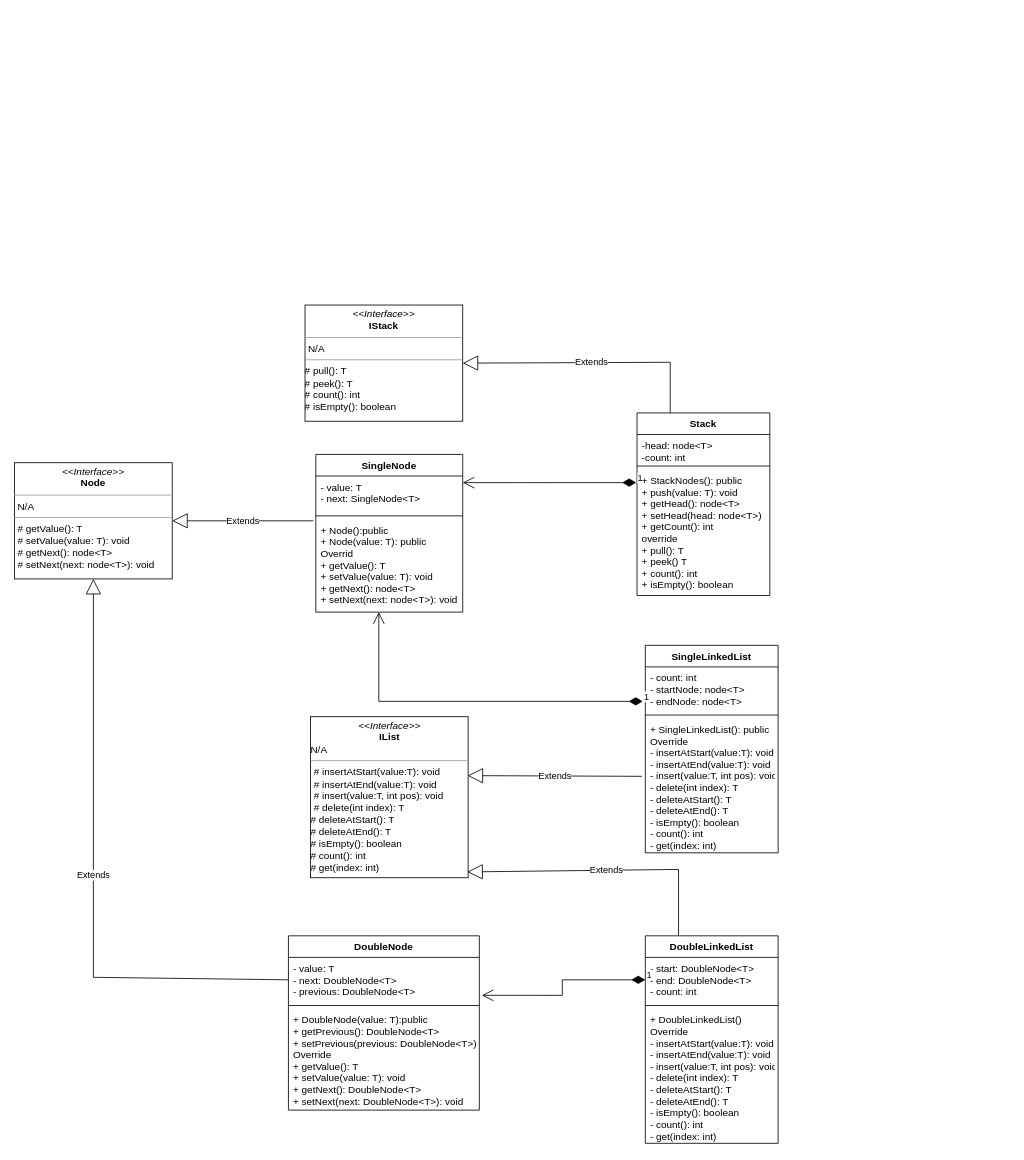
DiggsPapu/HDT4 keeps this draw.io diagram as uml/HDT4ClassesDiagram.drawio. Above is the earlier version. Source tidied: cells renumbered, new cells numbered last; positions are measured from the earlier drawing's top-left corner, leaving out a move shared by most shapes. Both pictures are drawn from the tidied source at 83%, with x=0, y=0 at pixel (14, 305).
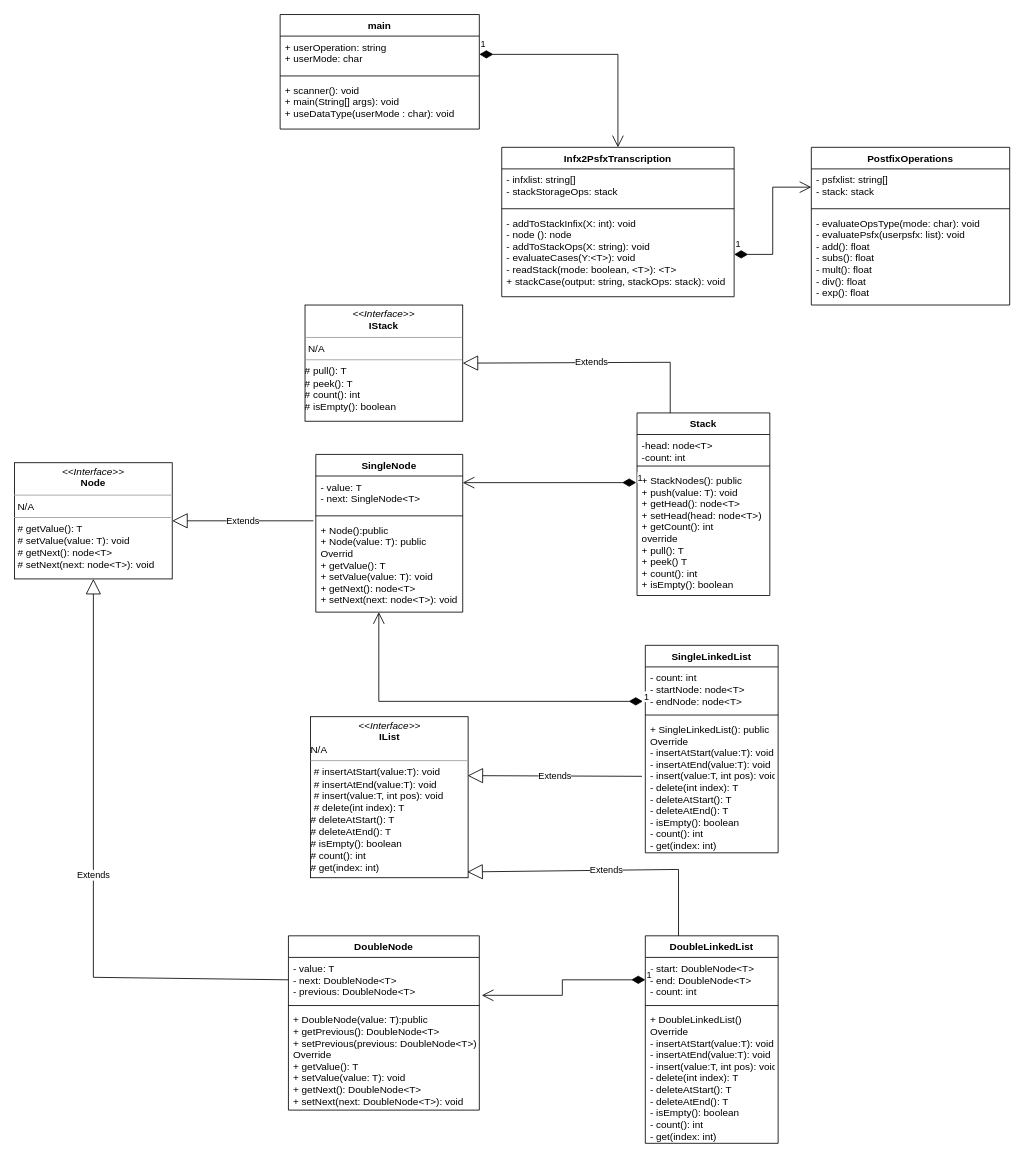
After the change.

Change to the diagram source:
```diff
@@
+    <mxCell id="33" value="Infx2PsfxTranscription" style="swimlane;fontStyle=1;align=center;verticalAlign=top;horizontal=1;startSize=26;" parent="1" vertex="1">
+      <mxGeometry x="587" y="-190" width="280" height="180" as="geometry" />
+    </mxCell>
+    <mxCell id="34" value="- infxlist: string[]&#10;- stackStorageOps: stack" style="text;strokeColor=none;fillColor=none;align=left;verticalAlign=top;spacingLeft=4;spacingRight=4;overflow=hidden;" parent="33" vertex="1">
+      <mxGeometry y="26" width="280" height="44" as="geometry" />
+    </mxCell>
+    <mxCell id="35" style="line;strokeWidth=1;fillColor=none;align=left;verticalAlign=middle;spacingTop=-1;spacingLeft=3;spacingRight=3;labelPosition=right;" parent="33" vertex="1">
+      <mxGeometry y="70" width="280" height="8" as="geometry" />
+    </mxCell>
+    <mxCell id="36" value="- addToStackInfix(X: int): void&#10;- node (): node&#10;- addToStackOps(X: string): void&#10;- evaluateCases(Y:&lt;T&gt;): void&#10;- readStack(mode: boolean, &lt;T&gt;): &lt;T&gt;&#10;+ stackCase(output: string, stackOps: stack): void" style="text;strokeColor=none;fillColor=none;align=left;verticalAlign=top;spacingLeft=4;spacingRight=4;overflow=hidden;points=[[0,0.5],[1,0.5]];portConstraint=eastwest;" parent="33" vertex="1">
+      <mxGeometry y="78" width="280" height="102" as="geometry" />
+    </mxCell>
+    <mxCell id="37" value="PostfixOperations" style="swimlane;fontStyle=1;align=center;verticalAlign=top;horizontal=1;startSize=26;" parent="1" vertex="1">
+      <mxGeometry x="960" y="-190" width="239" height="190" as="geometry" />
+    </mxCell>
+    <mxCell id="38" value="- psfxlist: string[]&#10;- stack: stack" style="text;strokeColor=none;fillColor=none;align=left;verticalAlign=top;spacingLeft=4;spacingRight=4;overflow=hidden;points=[[0,0.5],[1,0.5]];portConstraint=eastwest;" parent="37" vertex="1">
+      <mxGeometry y="26" width="239" height="44" as="geometry" />
+    </mxCell>
+    <mxCell id="39" style="line;strokeWidth=1;fillColor=none;align=left;verticalAlign=middle;spacingTop=-1;spacingLeft=3;spacingRight=3;labelPosition=right;" parent="37" vertex="1">
+      <mxGeometry y="70" width="239" height="8" as="geometry" />
+    </mxCell>
+    <mxCell id="40" value="- evaluateOpsType(mode: char): void&#10;- evaluatePsfx(userpsfx: list): void&#10;- add(): float&#10;- subs(): float&#10;- mult(): float&#10;- div(): float&#10;- exp(): float" style="text;strokeColor=none;fillColor=none;align=left;verticalAlign=top;spacingLeft=4;spacingRight=4;overflow=hidden;" parent="37" vertex="1">
+      <mxGeometry y="78" width="239" height="112" as="geometry" />
+    </mxCell>
+    <mxCell id="41" value="main" style="swimlane;fontStyle=1;align=center;verticalAlign=top;horizontal=1;startSize=26;" parent="1" vertex="1">
+      <mxGeometry x="320" y="-350" width="240" height="138" as="geometry" />
+    </mxCell>
+    <mxCell id="42" value="+ userOperation: string&#10;+ userMode: char" style="text;strokeColor=none;fillColor=none;align=left;verticalAlign=top;spacingLeft=4;spacingRight=4;overflow=hidden;points=[[0,0.5],[1,0.5]];portConstraint=eastwest;" parent="41" vertex="1">
+      <mxGeometry y="26" width="240" height="44" as="geometry" />
+    </mxCell>
+    <mxCell id="43" style="line;strokeWidth=1;fillColor=none;align=left;verticalAlign=middle;spacingTop=-1;spacingLeft=3;spacingRight=3;labelPosition=right;" parent="41" vertex="1">
+      <mxGeometry y="70" width="240" height="8" as="geometry" />
+    </mxCell>
+    <mxCell id="44" value="+ scanner(): void&#10;+ main(String[] args): void&#10;+ useDataType(userMode : char): void" style="text;strokeColor=none;fillColor=none;align=left;verticalAlign=top;spacingLeft=4;spacingRight=4;overflow=hidden;" parent="41" vertex="1">
+      <mxGeometry y="78" width="240" height="60" as="geometry" />
+    </mxCell>
+    <mxCell id="45" value="1" style="endArrow=open;html=1;endSize=12;startArrow=diamondThin;startSize=14;startFill=1;edgeStyle=orthogonalEdgeStyle;align=left;verticalAlign=bottom;rounded=0;exitX=1;exitY=0.5;exitDx=0;exitDy=0;entryX=0.5;entryY=0;entryDx=0;entryDy=0;" parent="1" edge="1" source="42" target="33">
+      <mxGeometry x="-1" y="3" relative="1" as="geometry" />
+    </mxCell>
+    <mxCell id="46" value="1" style="endArrow=open;html=1;endSize=12;startArrow=diamondThin;startSize=14;startFill=1;edgeStyle=orthogonalEdgeStyle;align=left;verticalAlign=bottom;rounded=0;exitX=1;exitY=0.5;exitDx=0;exitDy=0;entryX=0;entryY=0.5;entryDx=0;entryDy=0;" parent="1" edge="1" source="36" target="38">
+      <mxGeometry x="-1" y="3" relative="1" as="geometry" />
+    </mxCell>
```
